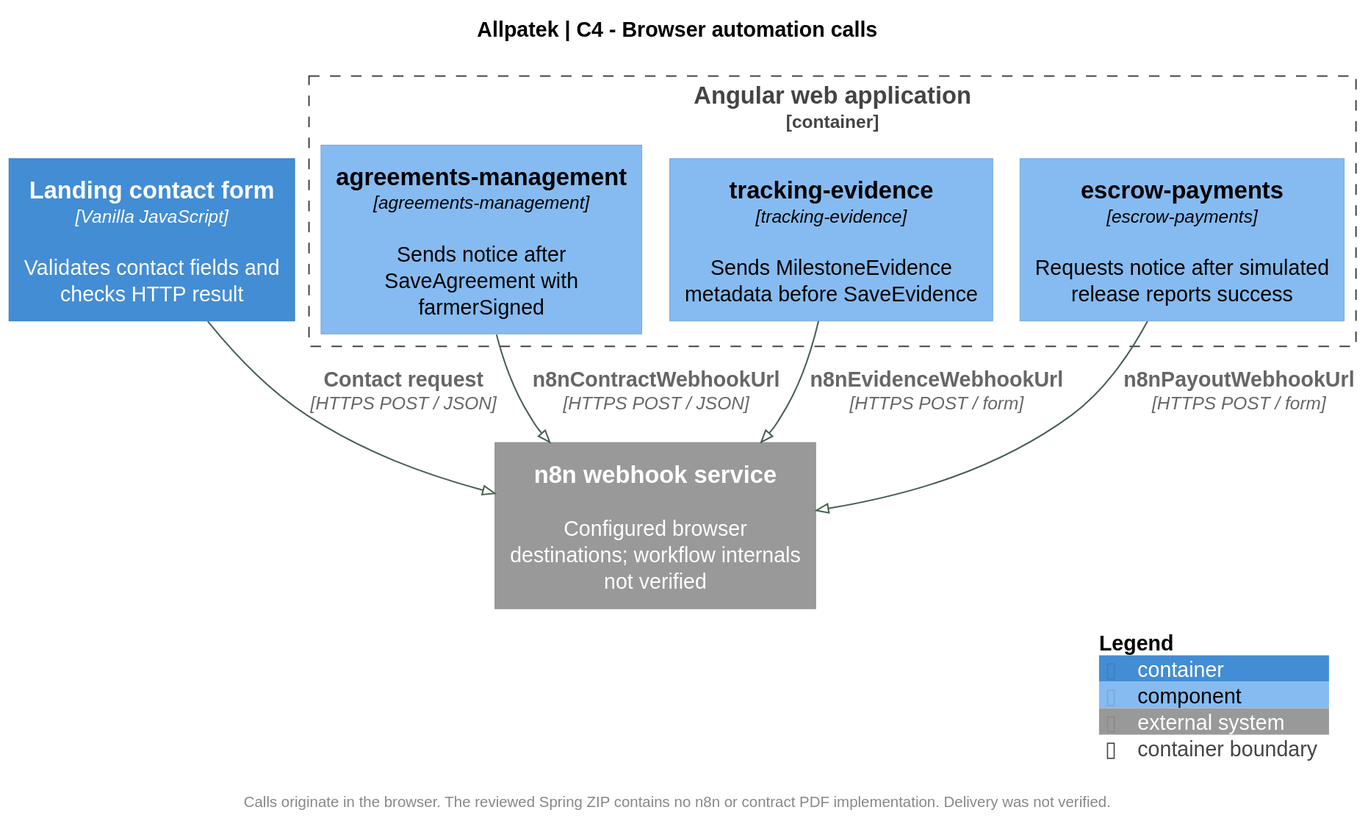
upc-pre-202620-1asi0729-7753-Terranova/allpatek-report keeps this PlantUML diagram as assets/chapter-04/architecture/07-n8n-components.svg. Above is the earlier version.
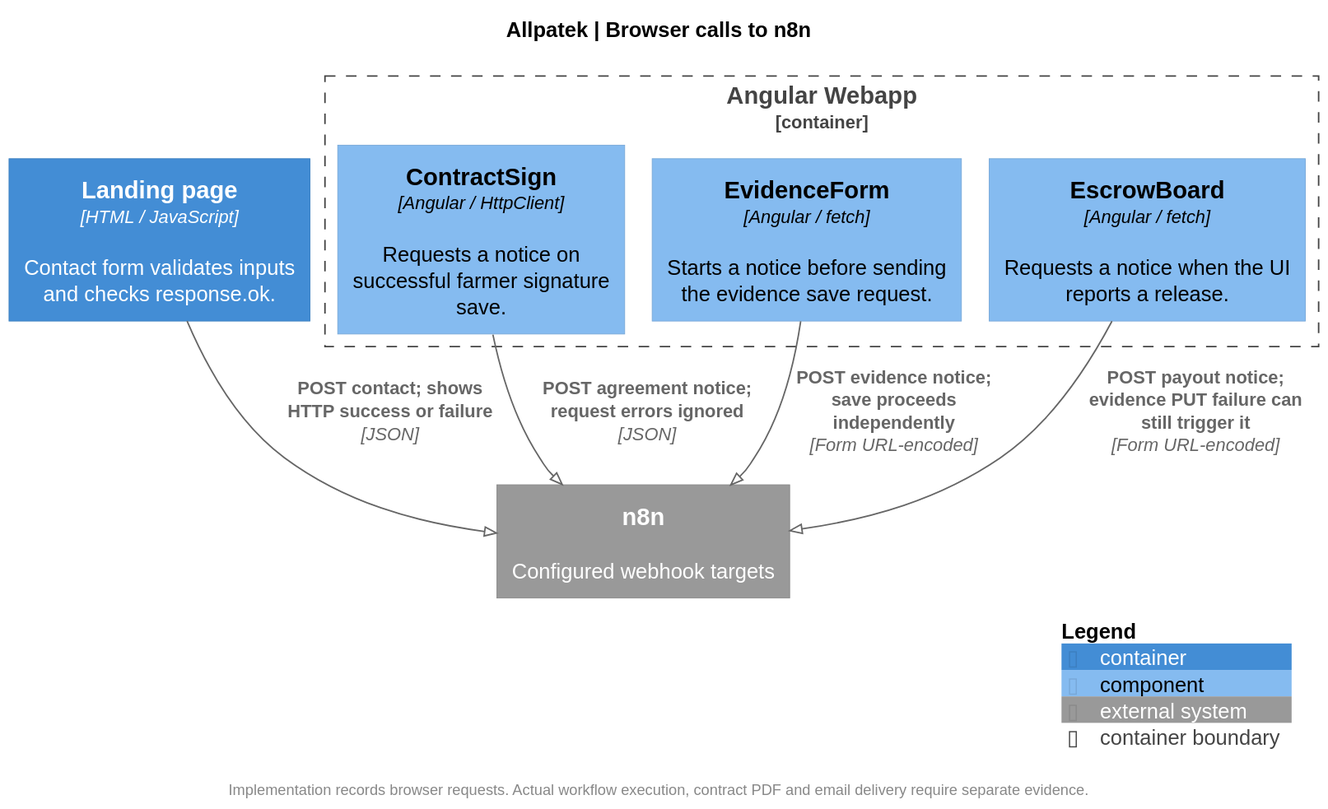
Above is the later version.

Commit message:
docs(c4): distinguish webhook requests from confirmed delivery

Diff of the diagram source:
```diff
@@ -3,27 +3,22 @@
 !include <C4/C4_Component>
 skinparam backgroundColor white
 skinparam defaultFontName SansSerif
-skinparam defaultFontSize 14
 skinparam shadowing false
-skinparam ArrowColor #476050
-skinparam dpi 140
-title Allpatek | C4 - Browser automation calls
+skinparam dpi 125
+title Allpatek | Browser calls to n8n
+LAYOUT_TOP_DOWN()
 
-LAYOUT_TOP_DOWN()
-Container(landing, "Landing contact form", "Vanilla JavaScript", "Validates contact fields and checks HTTP result")
-Container_Boundary(web, "Angular web application") {
-  Component(contract, "agreements-management", "agreements-management", "Sends notice after SaveAgreement with farmerSigned")
-  Component(evidence, "tracking-evidence", "tracking-evidence", "Sends MilestoneEvidence metadata before SaveEvidence")
-  Component(payout, "escrow-payments", "escrow-payments", "Requests notice after simulated release reports success")
+Container(landing, "Landing page", "HTML / JavaScript", "Contact form validates inputs and checks response.ok.")
+Container_Boundary(web, "Angular Webapp") {
+  Component(contract, "ContractSign", "Angular / HttpClient", "Requests a notice on successful farmer signature save.")
+  Component(evidence, "EvidenceForm", "Angular / fetch", "Starts a notice before sending the evidence save request.")
+  Component(payout, "EscrowBoard", "Angular / fetch", "Requests a notice when the UI reports a release.")
 }
-
-System_Ext(automation, "n8n webhook service", "Configured browser destinations; workflow internals not verified")
-
-Rel(landing, automation, "Contact request", "HTTPS POST / JSON")
-Rel(contract, automation, "n8nContractWebhookUrl", "HTTPS POST / JSON")
-Rel(evidence, automation, "n8nEvidenceWebhookUrl", "HTTPS POST / form")
-Rel(payout, automation, "n8nPayoutWebhookUrl", "HTTPS POST / form")
-
-footer Calls originate in the browser. The reviewed Spring ZIP contains no n8n or contract PDF implementation. Delivery was not verified.
+System_Ext(automation, "n8n", "Configured webhook targets")
+Rel(landing, automation, "POST contact; shows HTTP success or failure", "JSON")
+Rel(contract, automation, "POST agreement notice; request errors ignored", "JSON")
+Rel(evidence, automation, "POST evidence notice; save proceeds independently", "Form URL-encoded")
+Rel(payout, automation, "POST payout notice; evidence PUT failure can still trigger it", "Form URL-encoded")
+footer Implementation records browser requests. Actual workflow execution, contract PDF and email delivery require separate evidence.
 SHOW_LEGEND()
 @enduml
```
